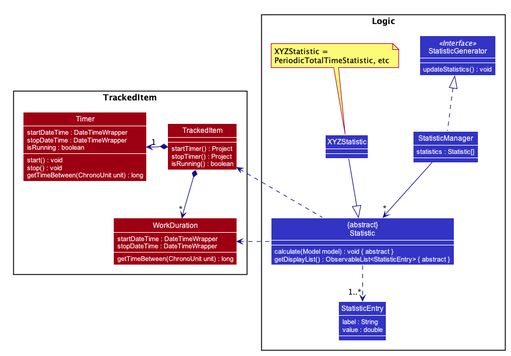
Earlier version of the PlantUML export docs/images/TimerDurationClassDiagram.png (pr4aveen/tp). Its source is kept beside it as docs/diagrams/TimerDurationClassDiagram.puml.
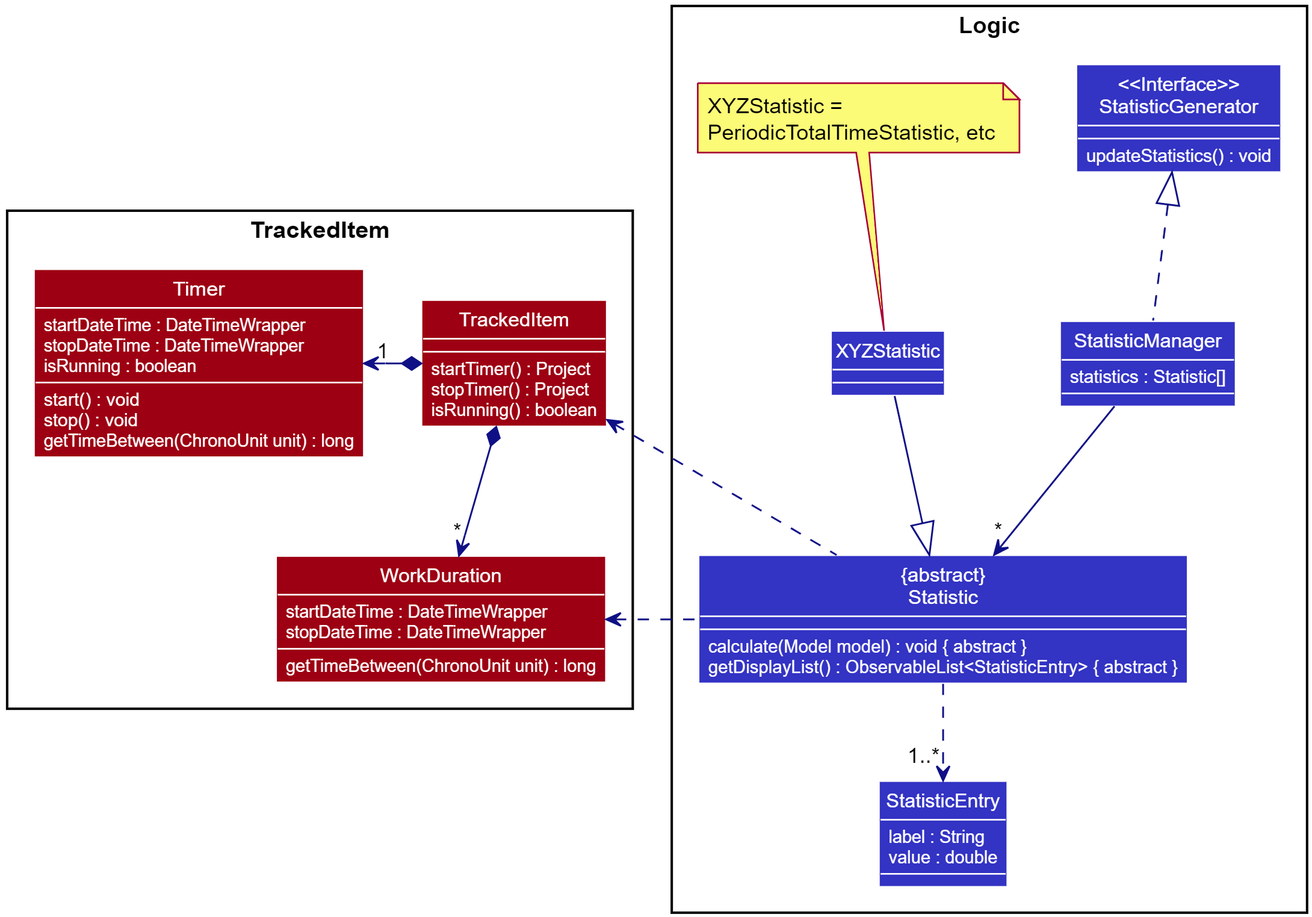
The same file after the commit.

The edit, as a diff of the source:
```diff
@@ -27,7 +27,7 @@
 
 package Logic {
 
-Class StatisticGenerator <<Interface>> LOGIC_COLOR {
+Class "<<Interface>>\nStatisticGenerator" as StatisticGenerator LOGIC_COLOR {
     updateStatistics() : void
 }
 Class StatisticManager LOGIC_COLOR {
```
